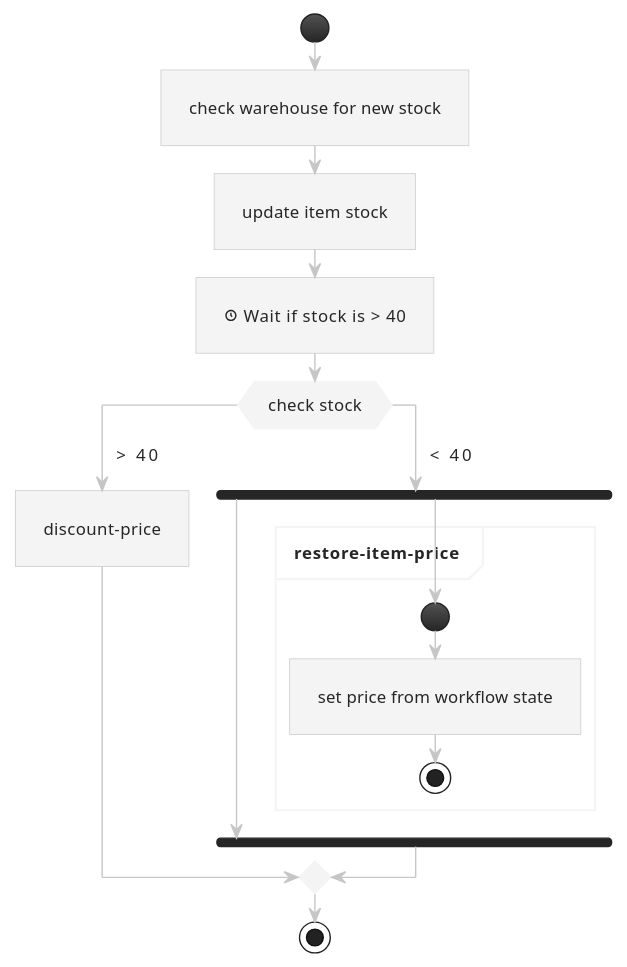
This is example/check-warehouse.svg from sterlp/pmw, a PlantUML export, as it was before one commit.
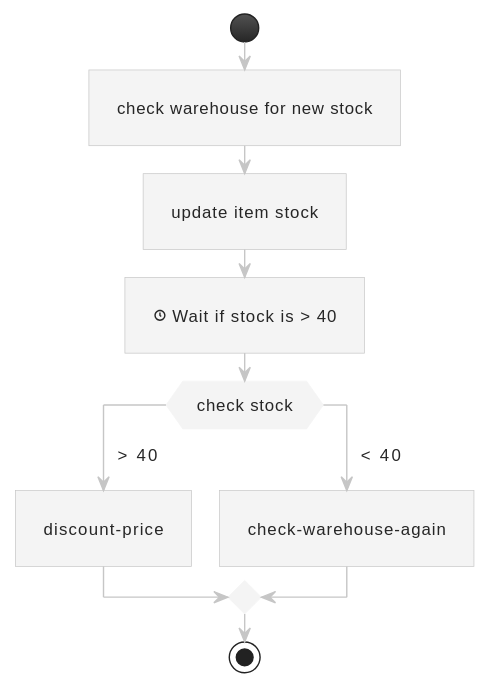
The same file after the commit.

The edit, as a diff of the source:
```diff
@@ -1,4 +1,4 @@
-@startuml "check-warehouse"
+@startuml
 !theme carbon-gray
 start
 :check warehouse for new stock;
@@ -8,14 +8,7 @@
 case (> 40)
 :discount-price;
 case (< 40)
-fork
-fork again
-partition "restore-item-price"{
-start
-:set price from workflow state;
-stop
-}
-endfork
+:check-warehouse-again;
 endswitch
 stop
 @enduml
```
